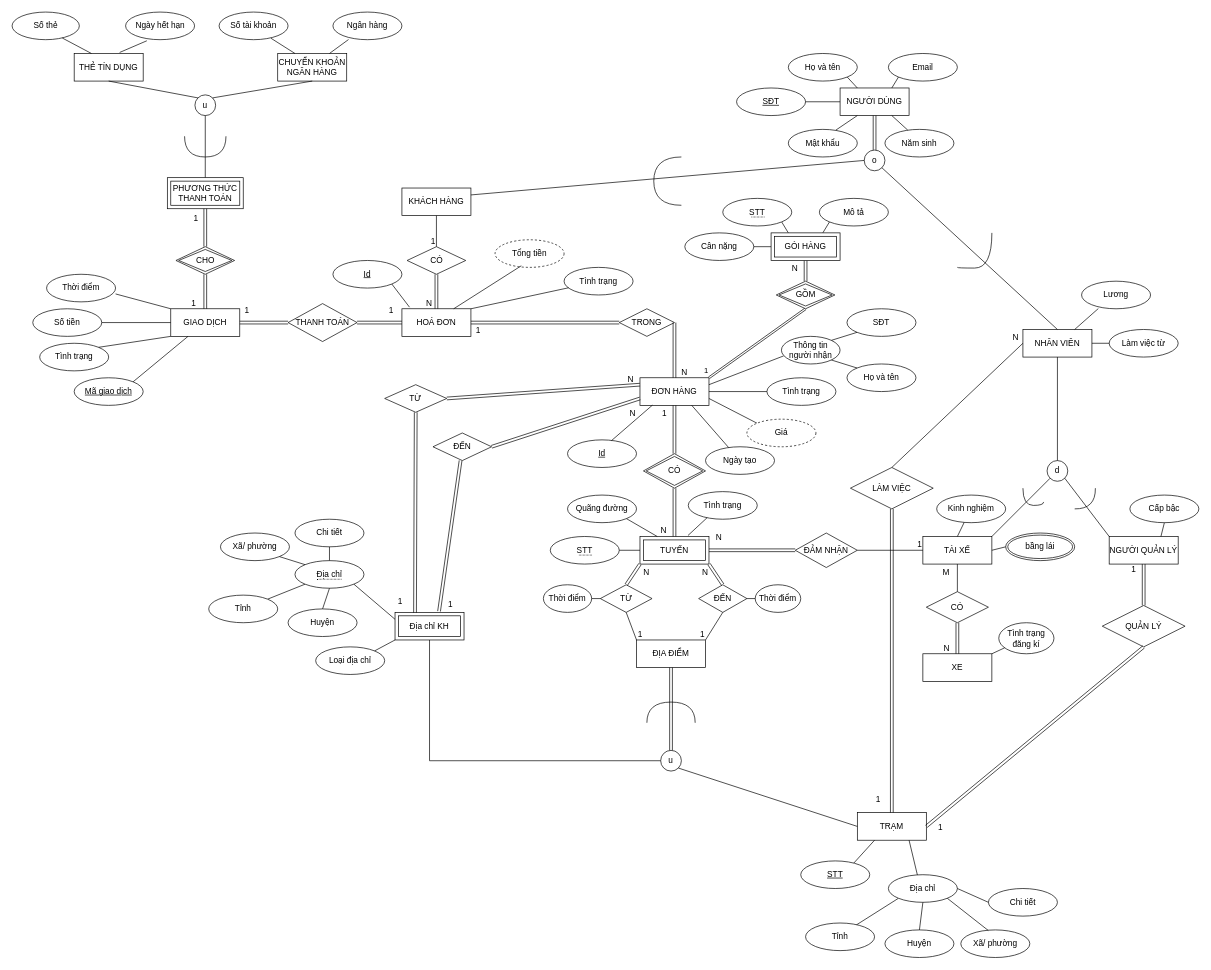
Before: db-assignment.drawio in blueonline07/auth-demo, a draw.io diagram. Source tidied: cells renumbered, new cells numbered last; positions are measured from the earlier drawing's top-left corner, leaving out a move shared by most shapes. Both pictures are drawn from the tidied source at 69%, with x=0, y=0 at pixel (12, 12).
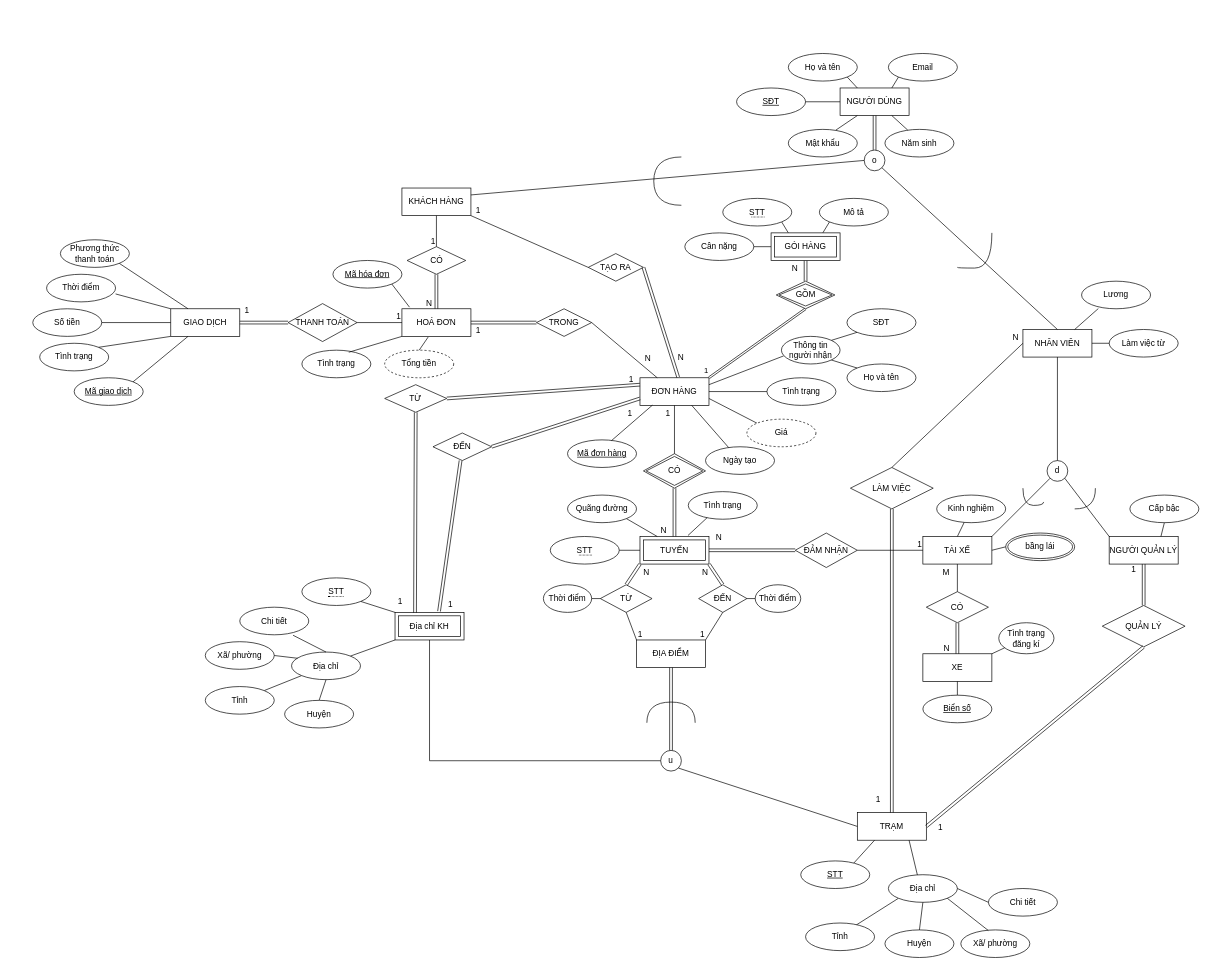
The same diagram, later.

Commit message:
Cập nhật db-assignment.drawio

Unchanged cells that the change refers to:
```xml
<mxCell id="3" value="KHÁCH HÀNG" style="whiteSpace=wrap;html=1;align=center;" parent="1" vertex="1">
  <mxGeometry x="565" y="255" width="100" height="40" as="geometry" />
</mxCell>
<mxCell id="7" value="ĐƠN HÀNG" style="whiteSpace=wrap;html=1;align=center;" parent="1" vertex="1">
  <mxGeometry x="910" y="530" width="100" height="40" as="geometry" />
</mxCell>
<mxCell id="11" value="HOÁ ĐƠN" style="whiteSpace=wrap;html=1;align=center;" parent="1" vertex="1">
  <mxGeometry x="565" y="430" width="100" height="40" as="geometry" />
</mxCell>
<mxCell id="12" value="XE" style="whiteSpace=wrap;html=1;align=center;" parent="1" vertex="1">
  <mxGeometry x="1320" y="930" width="100" height="40" as="geometry" />
</mxCell>
<mxCell id="42" value="CÓ" style="shape=rhombus;double=1;perimeter=rhombusPerimeter;whiteSpace=wrap;html=1;align=center;" parent="1" vertex="1">
  <mxGeometry x="915" y="640" width="90" height="50" as="geometry" />
</mxCell>
<mxCell id="141" value="Địa chỉ KH" style="shape=ext;margin=3;double=1;whiteSpace=wrap;html=1;align=center;" parent="1" vertex="1">
  <mxGeometry x="555" y="870" width="100" height="40" as="geometry" />
</mxCell>
<mxCell id="165" style="shape=link;html=1;rounded=0;exitX=1;exitY=0.5;exitDx=0;exitDy=0;entryX=0;entryY=0.25;entryDx=0;entryDy=0;" parent="1" edge="1" source="163" target="7">
  <mxGeometry relative="1" as="geometry" />
</mxCell>
<mxCell id="167" style="shape=link;html=1;rounded=0;entryX=0;entryY=0.75;entryDx=0;entryDy=0;exitX=1;exitY=0.5;exitDx=0;exitDy=0;" parent="1" edge="1" source="164" target="7">
  <mxGeometry relative="1" as="geometry" />
</mxCell>
<mxCell id="172" value="GIAO DỊCH" style="whiteSpace=wrap;html=1;align=center;" parent="1" vertex="1">
  <mxGeometry x="230" y="430" width="100" height="40" as="geometry" />
</mxCell>
<mxCell id="179" value="THANH TOÁN" style="shape=rhombus;perimeter=rhombusPerimeter;whiteSpace=wrap;html=1;align=center;" parent="1" vertex="1">
  <mxGeometry x="400" y="422.5" width="100" height="55" as="geometry" />
</mxCell>
```

What changed in the source:
```diff
@@
-    <mxCell id="14" style="shape=link;html=1;rounded=0;entryX=0.5;entryY=1;entryDx=0;entryDy=0;exitX=0.5;exitY=0;exitDx=0;exitDy=0;" parent="1" edge="1" source="42" target="7">
-      <mxGeometry relative="1" as="geometry" />
-    </mxCell>
-    <mxCell id="15" value="1" style="html=1;whiteSpace=wrap;align=right;verticalAlign=bottom;" parent="14" vertex="1">
-      <mxGeometry x="1" relative="1" as="geometry">
-        <mxPoint x="-10" y="20" as="offset" />
-      </mxGeometry>
-    </mxCell>
@@
     <mxCell id="41" value="TRONG" style="shape=rhombus;perimeter=rhombusPerimeter;whiteSpace=wrap;html=1;align=center;" parent="1" vertex="1">
-      <mxGeometry x="880" y="430" width="80" height="40" as="geometry" />
+      <mxGeometry x="760" y="430" width="80" height="40" as="geometry" />
     </mxCell>
@@
-    <mxCell id="45" style="shape=link;html=1;rounded=0;exitX=1;exitY=0.5;exitDx=0;exitDy=0;entryX=0.5;entryY=0;entryDx=0;entryDy=0;" parent="1" edge="1" source="41" target="7">
-      <mxGeometry relative="1" as="geometry" />
-    </mxCell>
-    <mxCell id="46" value="N" style="html=1;whiteSpace=wrap;align=right;verticalAlign=bottom;" parent="45" vertex="1">
-      <mxGeometry x="1" relative="1" as="geometry">
-        <mxPoint x="20" as="offset" />
-      </mxGeometry>
-    </mxCell>
@@
-    <mxCell id="86" value="Loại địa chỉ" style="ellipse;whiteSpace=wrap;html=1;align=center;" parent="1" vertex="1">
-      <mxGeometry x="440" y="920" width="100" height="40" as="geometry" />
-    </mxCell>
@@
-    <mxCell id="89" style="endArrow=none;html=1;rounded=0;entryX=0;entryY=1;entryDx=0;entryDy=0;exitX=1;exitY=0;exitDx=0;exitDy=0;" parent="1" edge="1" source="86" target="141">
-      <mxGeometry relative="1" as="geometry" />
-    </mxCell>
-    <mxCell id="90" value="Id" style="ellipse;whiteSpace=wrap;html=1;align=center;fontStyle=4;" parent="1" vertex="1">
+    <mxCell id="90" value="Mã đơn hàng" style="ellipse;whiteSpace=wrap;html=1;align=center;fontStyle=4;" parent="1" vertex="1">
       <mxGeometry x="805" y="620" width="100" height="40" as="geometry" />
     </mxCell>
@@
     <mxCell id="93" value="Tổng tiền" style="ellipse;whiteSpace=wrap;html=1;align=center;dashed=1;" parent="1" vertex="1">
-      <mxGeometry x="700" y="330" width="100" height="40" as="geometry" />
+      <mxGeometry x="540" y="490" width="100" height="40" as="geometry" />
     </mxCell>
     <mxCell id="94" value="Tình trạng" style="ellipse;whiteSpace=wrap;html=1;align=center;" parent="1" vertex="1">
-      <mxGeometry x="800" y="370" width="100" height="40" as="geometry" />
+      <mxGeometry x="420" y="490" width="100" height="40" as="geometry" />
     </mxCell>
-    <mxCell id="95" value="Id" style="ellipse;whiteSpace=wrap;html=1;align=center;fontStyle=4;" parent="1" vertex="1">
+    <mxCell id="95" value="Mã hóa đơn" style="ellipse;whiteSpace=wrap;html=1;align=center;fontStyle=4;" parent="1" vertex="1">
       <mxGeometry x="465" y="360" width="100" height="40" as="geometry" />
     </mxCell>
@@
-    <mxCell id="97" style="endArrow=none;html=1;rounded=0;entryX=0.75;entryY=0;entryDx=0;entryDy=0;exitX=0.38;exitY=0.942;exitDx=0;exitDy=0;exitPerimeter=0;" parent="1" edge="1" source="93" target="11">
+    <mxCell id="97" style="endArrow=none;html=1;rounded=0;entryX=0.38;entryY=1.025;entryDx=0;entryDy=0;exitX=0.5;exitY=0;exitDx=0;exitDy=0;entryPerimeter=0;" parent="1" edge="1" source="93" target="11">
       <mxGeometry relative="1" as="geometry" />
     </mxCell>
-    <mxCell id="98" style="endArrow=none;html=1;rounded=0;exitX=1;exitY=0;exitDx=0;exitDy=0;entryX=0.066;entryY=0.739;entryDx=0;entryDy=0;entryPerimeter=0;" parent="1" edge="1" source="11" target="94">
+    <mxCell id="98" style="endArrow=none;html=1;rounded=0;exitX=0;exitY=1;exitDx=0;exitDy=0;entryX=0.68;entryY=0.075;entryDx=0;entryDy=0;entryPerimeter=0;" parent="1" edge="1" source="11" target="94">
       <mxGeometry relative="1" as="geometry" />
     </mxCell>
@@
     <mxCell id="128" value="Tỉnh" style="ellipse;whiteSpace=wrap;html=1;align=center;" parent="1" vertex="1">
-      <mxGeometry x="285" y="845" width="100" height="40" as="geometry" />
+      <mxGeometry x="280" y="977.5" width="100" height="40" as="geometry" />
     </mxCell>
@@
-    <mxCell id="130" value="&lt;span style=&quot;border-bottom: 1px dotted&quot;&gt;Địa chỉ&lt;/span&gt;" style="ellipse;whiteSpace=wrap;html=1;align=center;" parent="1" vertex="1">
-      <mxGeometry x="410" y="795" width="100" height="40" as="geometry" />
+    <mxCell id="130" value="Địa chỉ" style="ellipse;whiteSpace=wrap;html=1;align=center;" parent="1" vertex="1">
+      <mxGeometry x="405" y="927.5" width="100" height="40" as="geometry" />
     </mxCell>
@@
     <mxCell id="143" value="Huyện" style="ellipse;whiteSpace=wrap;html=1;align=center;" parent="1" vertex="1">
-      <mxGeometry x="400" y="865" width="100" height="40" as="geometry" />
+      <mxGeometry x="395" y="997.5" width="100" height="40" as="geometry" />
     </mxCell>
     <mxCell id="144" value="Xã/ phường" style="ellipse;whiteSpace=wrap;html=1;align=center;" parent="1" vertex="1">
-      <mxGeometry x="302" y="755" width="100" height="40" as="geometry" />
+      <mxGeometry x="280" y="912.5" width="100" height="40" as="geometry" />
     </mxCell>
-    <mxCell id="145" style="endArrow=none;html=1;rounded=0;entryX=1;entryY=1;entryDx=0;entryDy=0;exitX=0;exitY=0;exitDx=0;exitDy=0;" parent="1" edge="1" source="130" target="144">
+    <mxCell id="145" style="endArrow=none;html=1;rounded=0;entryX=1;entryY=0.5;entryDx=0;entryDy=0;exitX=0.09;exitY=0.226;exitDx=0;exitDy=0;exitPerimeter=0;" parent="1" edge="1" source="130" target="144">
       <mxGeometry relative="1" as="geometry" />
     </mxCell>
     <mxCell id="146" value="Chi tiết" style="ellipse;whiteSpace=wrap;html=1;align=center;" parent="1" vertex="1">
-      <mxGeometry x="410" y="735" width="100" height="40" as="geometry" />
+      <mxGeometry x="330" y="862.5" width="100" height="40" as="geometry" />
     </mxCell>
-    <mxCell id="147" style="endArrow=none;html=1;rounded=0;entryX=0.5;entryY=1;entryDx=0;entryDy=0;exitX=0.5;exitY=0;exitDx=0;exitDy=0;" parent="1" edge="1" source="130" target="146">
+    <mxCell id="147" style="endArrow=none;html=1;rounded=0;entryX=0.772;entryY=1.016;entryDx=0;entryDy=0;exitX=0.5;exitY=0;exitDx=0;exitDy=0;entryPerimeter=0;" parent="1" edge="1" source="130" target="146">
       <mxGeometry relative="1" as="geometry" />
     </mxCell>
@@
-    <mxCell id="158" value="u" style="ellipse;whiteSpace=wrap;html=1;" parent="1" vertex="1">
-      <mxGeometry x="265" y="120" width="30" height="30" as="geometry" />
-    </mxCell>
-    <mxCell id="159" value="THẺ TÍN DỤNG" style="whiteSpace=wrap;html=1;align=center;" parent="1" vertex="1">
-      <mxGeometry x="90" y="60" width="100" height="40" as="geometry" />
-    </mxCell>
-    <mxCell id="160" value="CHUYỂN KHOẢN NGÂN HÀNG" style="whiteSpace=wrap;html=1;align=center;" parent="1" vertex="1">
-      <mxGeometry x="385" y="60" width="100" height="40" as="geometry" />
-    </mxCell>
-    <mxCell id="161" style="endArrow=none;html=1;rounded=0;entryX=0.5;entryY=1;entryDx=0;entryDy=0;exitX=0;exitY=0;exitDx=0;exitDy=0;" parent="1" edge="1" source="158" target="159">
-      <mxGeometry relative="1" as="geometry" />
-    </mxCell>
-    <mxCell id="162" style="endArrow=none;html=1;rounded=0;entryX=0.5;entryY=1;entryDx=0;entryDy=0;exitX=1;exitY=0;exitDx=0;exitDy=0;" parent="1" edge="1" source="158" target="160">
-      <mxGeometry relative="1" as="geometry" />
-    </mxCell>
@@
-    <mxCell id="166" value="N" style="html=1;whiteSpace=wrap;align=right;verticalAlign=bottom;" parent="165" vertex="1">
+    <mxCell id="166" value="1" style="html=1;whiteSpace=wrap;align=right;verticalAlign=bottom;" parent="165" vertex="1">
       <mxGeometry x="1" relative="1" as="geometry">
         <mxPoint x="-8" as="offset" />
       </mxGeometry>
     </mxCell>
@@
-    <mxCell id="168" value="N" style="html=1;whiteSpace=wrap;align=right;verticalAlign=bottom;" parent="167" vertex="1">
+    <mxCell id="168" value="1" style="html=1;whiteSpace=wrap;align=right;verticalAlign=bottom;" parent="167" vertex="1">
       <mxGeometry x="1" relative="1" as="geometry">
-        <mxPoint x="-5" y="30" as="offset" />
+        <mxPoint x="-10" y="30" as="offset" />
       </mxGeometry>
     </mxCell>
-    <mxCell id="169" style="endArrow=none;html=1;rounded=0;entryX=0;entryY=0.25;entryDx=0;entryDy=0;exitX=1;exitY=1;exitDx=0;exitDy=0;" parent="1" edge="1" source="130" target="141">
+    <mxCell id="169" style="endArrow=none;html=1;rounded=0;entryX=0;entryY=1;entryDx=0;entryDy=0;exitX=1;exitY=0;exitDx=0;exitDy=0;" parent="1" edge="1" source="130" target="141">
       <mxGeometry relative="1" as="geometry" />
     </mxCell>
-    <mxCell id="170" value="Số thẻ" style="ellipse;whiteSpace=wrap;html=1;align=center;" parent="1" vertex="1">
-      <mxGeometry width="97.5" height="40" as="geometry" />
-    </mxCell>
-    <mxCell id="171" style="endArrow=none;html=1;rounded=0;entryX=0.747;entryY=0.94;entryDx=0;entryDy=0;exitX=0.25;exitY=0;exitDx=0;exitDy=0;entryPerimeter=0;" parent="1" edge="1" source="159" target="170">
-      <mxGeometry relative="1" as="geometry" />
-    </mxCell>
@@
-    <mxCell id="180" style="shape=link;html=1;rounded=0;entryX=0;entryY=0.5;entryDx=0;entryDy=0;exitX=1;exitY=0.5;exitDx=0;exitDy=0;" parent="1" edge="1" source="179" target="11">
-      <mxGeometry relative="1" as="geometry" />
-    </mxCell>
-    <mxCell id="181" value="1" style="html=1;whiteSpace=wrap;align=right;verticalAlign=bottom;" parent="180" vertex="1">
-      <mxGeometry x="1" relative="1" as="geometry">
-        <mxPoint x="-11" y="-10" as="offset" />
-      </mxGeometry>
-    </mxCell>
@@
-    <mxCell id="194" style="shape=link;html=1;rounded=0;entryX=0.5;entryY=0;entryDx=0;entryDy=0;exitX=0.5;exitY=1;exitDx=0;exitDy=0;" parent="1" edge="1" source="208" target="172">
-      <mxGeometry relative="1" as="geometry" />
-    </mxCell>
-    <mxCell id="195" value="1" style="html=1;whiteSpace=wrap;align=right;verticalAlign=bottom;" parent="194" vertex="1">
-      <mxGeometry x="1" relative="1" as="geometry">
-        <mxPoint x="-12" as="offset" />
-      </mxGeometry>
-    </mxCell>
@@
-    <mxCell id="198" style="endArrow=none;html=1;rounded=0;entryX=0.5;entryY=1;entryDx=0;entryDy=0;exitX=0.5;exitY=0;exitDx=0;exitDy=0;" parent="1" edge="1" source="205" target="158">
-      <mxGeometry relative="1" as="geometry" />
-    </mxCell>
-    <mxCell id="199" value="Số tài khoản" style="ellipse;whiteSpace=wrap;html=1;align=center;" parent="1" vertex="1">
-      <mxGeometry x="300" width="100" height="40" as="geometry" />
-    </mxCell>
-    <mxCell id="200" value="Ngân hàng" style="ellipse;whiteSpace=wrap;html=1;align=center;" parent="1" vertex="1">
-      <mxGeometry x="465" width="100" height="40" as="geometry" />
-    </mxCell>
-    <mxCell id="201" value="Ngày hết hạn" style="ellipse;whiteSpace=wrap;html=1;align=center;" parent="1" vertex="1">
-      <mxGeometry x="164.5" width="100" height="40" as="geometry" />
-    </mxCell>
-    <mxCell id="202" style="endArrow=none;html=1;rounded=0;entryX=0.308;entryY=1.04;entryDx=0;entryDy=0;exitX=0.659;exitY=-0.037;exitDx=0;exitDy=0;entryPerimeter=0;exitPerimeter=0;" parent="1" edge="1" source="159" target="201">
-      <mxGeometry relative="1" as="geometry" />
-    </mxCell>
-    <mxCell id="203" style="endArrow=none;html=1;rounded=0;entryX=0.752;entryY=0.948;entryDx=0;entryDy=0;exitX=0.25;exitY=0;exitDx=0;exitDy=0;entryPerimeter=0;" parent="1" edge="1" source="160" target="199">
-      <mxGeometry relative="1" as="geometry" />
-    </mxCell>
-    <mxCell id="204" style="endArrow=none;html=1;rounded=0;entryX=0.226;entryY=0.995;entryDx=0;entryDy=0;entryPerimeter=0;exitX=0.75;exitY=0;exitDx=0;exitDy=0;" parent="1" edge="1" source="160" target="200">
-      <mxGeometry relative="1" as="geometry" />
-    </mxCell>
-    <mxCell id="205" value="PHƯƠNG THỨC THANH TOÁN" style="shape=ext;margin=3;double=1;whiteSpace=wrap;html=1;align=center;" parent="1" vertex="1">
-      <mxGeometry x="225" y="240" width="110" height="45" as="geometry" />
-    </mxCell>
-    <mxCell id="206" style="shape=link;html=1;rounded=0;entryX=0.5;entryY=1;entryDx=0;entryDy=0;exitX=0.5;exitY=0;exitDx=0;exitDy=0;" parent="1" edge="1" source="208" target="205">
-      <mxGeometry relative="1" as="geometry" />
-    </mxCell>
-    <mxCell id="207" value="1" style="html=1;whiteSpace=wrap;align=right;verticalAlign=bottom;" parent="206" vertex="1">
-      <mxGeometry x="1" relative="1" as="geometry">
-        <mxPoint x="-9" y="23" as="offset" />
-      </mxGeometry>
-    </mxCell>
-    <mxCell id="208" value="CHO" style="shape=rhombus;double=1;perimeter=rhombusPerimeter;whiteSpace=wrap;html=1;align=center;" parent="1" vertex="1">
-      <mxGeometry x="237.5" y="340" width="85" height="40" as="geometry" />
-    </mxCell>
-    <mxCell id="209" style="endArrow=none;html=1;rounded=0;edgeStyle=orthogonalEdgeStyle;curved=1;" parent="1" edge="1">
-      <mxGeometry relative="1" as="geometry">
-        <mxPoint x="250" y="180" as="sourcePoint" />
-        <mxPoint x="310" y="180" as="targetPoint" />
-        <Array as="points">
-          <mxPoint x="250" y="210" />
-          <mxPoint x="310" y="210" />
-        </Array>
-      </mxGeometry>
-    </mxCell>
+    <mxCell id="210" value="Biển số" style="ellipse;whiteSpace=wrap;html=1;align=center;fontStyle=4;" parent="1" vertex="1">
+      <mxGeometry x="1320" y="990" width="100" height="40" as="geometry" />
+    </mxCell>
+    <mxCell id="211" style="endArrow=none;html=1;rounded=0;entryX=0.5;entryY=1;entryDx=0;entryDy=0;exitX=0.5;exitY=0;exitDx=0;exitDy=0;" parent="1" edge="1" source="210" target="12">
+      <mxGeometry relative="1" as="geometry" />
+    </mxCell>
+    <mxCell id="212" value="Phương thức thanh toán" style="ellipse;whiteSpace=wrap;html=1;align=center;" parent="1" vertex="1">
+      <mxGeometry x="70" y="330" width="100" height="40" as="geometry" />
+    </mxCell>
+    <mxCell id="213" style="endArrow=none;html=1;rounded=0;exitX=0.25;exitY=0;exitDx=0;exitDy=0;entryX=1;entryY=1;entryDx=0;entryDy=0;" parent="1" edge="1" source="172" target="212">
+      <mxGeometry relative="1" as="geometry" />
+    </mxCell>
+    <mxCell id="214" value="&lt;span style=&quot;border-bottom: 1px dotted&quot;&gt;STT&lt;/span&gt;" style="ellipse;whiteSpace=wrap;html=1;align=center;" parent="1" vertex="1">
+      <mxGeometry x="420" y="820" width="100" height="40" as="geometry" />
+    </mxCell>
+    <mxCell id="215" style="endArrow=none;html=1;rounded=0;entryX=0;entryY=0;entryDx=0;entryDy=0;exitX=1;exitY=1;exitDx=0;exitDy=0;" parent="1" edge="1" source="214" target="141">
+      <mxGeometry relative="1" as="geometry" />
+    </mxCell>
+    <mxCell id="180" style="endArrow=none;html=1;rounded=0;exitX=1;exitY=0.5;exitDx=0;exitDy=0;entryX=0;entryY=0.5;entryDx=0;entryDy=0;" parent="1" edge="1" source="179" target="11">
+      <mxGeometry relative="1" as="geometry" />
+    </mxCell>
+    <mxCell id="216" value="1" style="html=1;whiteSpace=wrap;align=right;verticalAlign=bottom;" parent="180" vertex="1">
+      <mxGeometry x="1" relative="1" as="geometry" />
+    </mxCell>
+    <mxCell id="217" style="edgeStyle=orthogonalEdgeStyle;rounded=0;orthogonalLoop=1;jettySize=auto;html=1;exitX=0.5;exitY=1;exitDx=0;exitDy=0;" parent="1" edge="1" source="93" target="93">
+      <mxGeometry relative="1" as="geometry" />
+    </mxCell>
+    <mxCell id="218" value="TẠO RA" style="shape=rhombus;perimeter=rhombusPerimeter;whiteSpace=wrap;html=1;align=center;" parent="1" vertex="1">
+      <mxGeometry x="835" y="350" width="80" height="40" as="geometry" />
+    </mxCell>
+    <mxCell id="219" style="endArrow=none;html=1;rounded=0;entryX=1;entryY=1;entryDx=0;entryDy=0;exitX=0;exitY=0.5;exitDx=0;exitDy=0;" parent="1" edge="1" source="218" target="3">
+      <mxGeometry relative="1" as="geometry" />
+    </mxCell>
+    <mxCell id="220" value="1" style="html=1;whiteSpace=wrap;align=right;verticalAlign=bottom;" parent="219" vertex="1">
+      <mxGeometry x="1" relative="1" as="geometry">
+        <mxPoint x="15" as="offset" />
+      </mxGeometry>
+    </mxCell>
+    <mxCell id="221" style="shape=link;html=1;rounded=0;entryX=0.554;entryY=-0.016;entryDx=0;entryDy=0;exitX=1;exitY=0.5;exitDx=0;exitDy=0;entryPerimeter=0;" parent="1" edge="1" source="218" target="7">
+      <mxGeometry relative="1" as="geometry" />
+    </mxCell>
+    <mxCell id="222" value="N" style="html=1;whiteSpace=wrap;align=right;verticalAlign=bottom;" parent="221" vertex="1">
+      <mxGeometry x="1" relative="1" as="geometry">
+        <mxPoint x="10" y="-20" as="offset" />
+      </mxGeometry>
+    </mxCell>
+    <mxCell id="45" style="endArrow=none;html=1;rounded=0;exitX=1;exitY=0.5;exitDx=0;exitDy=0;entryX=0.25;entryY=0;entryDx=0;entryDy=0;" parent="1" edge="1" source="41" target="7">
+      <mxGeometry relative="1" as="geometry" />
+    </mxCell>
+    <mxCell id="223" value="N" style="html=1;whiteSpace=wrap;align=right;verticalAlign=bottom;" parent="45" vertex="1">
+      <mxGeometry x="1" relative="1" as="geometry">
+        <mxPoint x="-8" y="-20" as="offset" />
+      </mxGeometry>
+    </mxCell>
+    <mxCell id="14" style="endArrow=none;html=1;rounded=0;entryX=0.5;entryY=1;entryDx=0;entryDy=0;exitX=0.5;exitY=0;exitDx=0;exitDy=0;" parent="1" edge="1" source="42" target="7">
+      <mxGeometry relative="1" as="geometry" />
+    </mxCell>
+    <mxCell id="224" value="1" style="html=1;whiteSpace=wrap;align=right;verticalAlign=bottom;" parent="14" vertex="1">
+      <mxGeometry x="1" relative="1" as="geometry">
+        <mxPoint x="-5" y="20" as="offset" />
+      </mxGeometry>
+    </mxCell>
```
